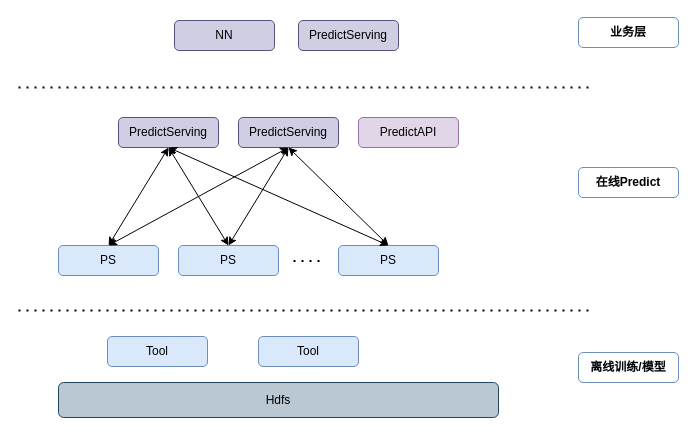
Before: NN-PS Diagram.drawio in JackHsiung/totoro, a draw.io diagram. Source tidied: cells renumbered, new cells numbered last; positions are measured from the earlier drawing's top-left corner, leaving out a move shared by most shapes. Both pictures are drawn from the tidied source at 100%, with x=0, y=0 at pixel (18, 17).
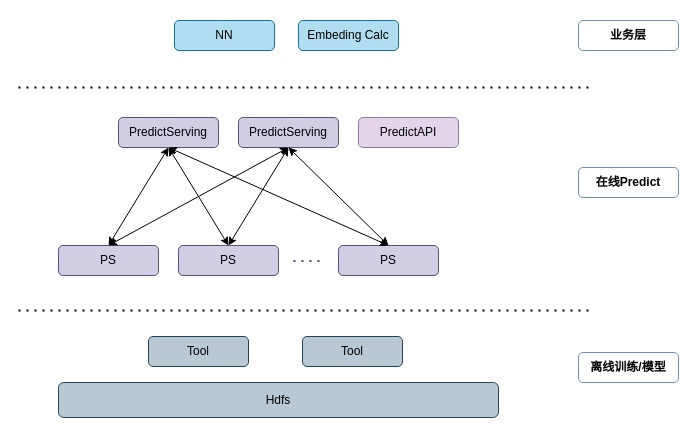
The same diagram, later.

Change to the diagram source:
```diff
@@
-    <mxCell id="3" value="PS" style="rounded=1;whiteSpace=wrap;html=1;fillColor=#dae8fc;strokeColor=#6c8ebf;" parent="1" vertex="1">
+    <mxCell id="3" value="PS" style="rounded=1;whiteSpace=wrap;html=1;fillColor=#d0cee2;strokeColor=#56517e;" parent="1" vertex="1">
       <mxGeometry x="40" y="228" width="100" height="30" as="geometry" />
     </mxCell>
-    <mxCell id="4" value="PS" style="rounded=1;whiteSpace=wrap;html=1;fillColor=#dae8fc;strokeColor=#6c8ebf;" parent="1" vertex="1">
+    <mxCell id="4" value="PS" style="rounded=1;whiteSpace=wrap;html=1;fillColor=#d0cee2;strokeColor=#56517e;" parent="1" vertex="1">
       <mxGeometry x="160" y="228" width="100" height="30" as="geometry" />
     </mxCell>
-    <mxCell id="5" value="PS" style="rounded=1;whiteSpace=wrap;html=1;fillColor=#dae8fc;strokeColor=#6c8ebf;" parent="1" vertex="1">
+    <mxCell id="5" value="PS" style="rounded=1;whiteSpace=wrap;html=1;fillColor=#d0cee2;strokeColor=#56517e;" parent="1" vertex="1">
       <mxGeometry x="320" y="228" width="100" height="30" as="geometry" />
     </mxCell>
@@
-    <mxCell id="7" style="endArrow=none;dashed=1;html=1;dashPattern=1 3;strokeWidth=2;" parent="1" edge="1">
+    <mxCell id="7" style="endArrow=none;dashed=1;html=1;dashPattern=1 3;strokeWidth=2;fillColor=#d0cee2;strokeColor=#56517e;" parent="1" edge="1">
       <mxGeometry relative="1" as="geometry">
         <mxPoint x="275" y="243.5" as="sourcePoint" />
         <mxPoint x="305" y="243.5" as="targetPoint" />
       </mxGeometry>
     </mxCell>
@@
-    <mxCell id="18" value="Tool" style="rounded=1;whiteSpace=wrap;html=1;fillColor=#dae8fc;strokeColor=#6c8ebf;" parent="1" vertex="1">
-      <mxGeometry x="89" y="319" width="100" height="30" as="geometry" />
+    <mxCell id="18" value="Tool" style="rounded=1;whiteSpace=wrap;html=1;fillColor=#bac8d3;strokeColor=#23445d;" parent="1" vertex="1">
+      <mxGeometry x="130" y="319" width="100" height="30" as="geometry" />
     </mxCell>
-    <mxCell id="19" value="Tool" style="rounded=1;whiteSpace=wrap;html=1;fillColor=#dae8fc;strokeColor=#6c8ebf;" parent="1" vertex="1">
-      <mxGeometry x="240" y="319" width="100" height="30" as="geometry" />
+    <mxCell id="19" value="Tool" style="rounded=1;whiteSpace=wrap;html=1;fillColor=#bac8d3;strokeColor=#23445d;" parent="1" vertex="1">
+      <mxGeometry x="284" y="319" width="100" height="30" as="geometry" />
     </mxCell>
@@
     <mxCell id="21" value="业务层" style="rounded=1;whiteSpace=wrap;html=1;strokeColor=#6c8ebf;fillColor=none;fontStyle=1;" parent="1" vertex="1">
-      <mxGeometry x="560" width="100" height="30" as="geometry" />
+      <mxGeometry x="560" y="3" width="100" height="30" as="geometry" />
     </mxCell>
-    <mxCell id="22" value="NN" style="rounded=1;whiteSpace=wrap;html=1;fillColor=#d0cee2;strokeColor=#56517e;" parent="1" vertex="1">
+    <mxCell id="22" value="NN" style="rounded=1;whiteSpace=wrap;html=1;fillColor=#b1ddf0;strokeColor=#10739e;labelBackgroundColor=none;labelBorderColor=none;" parent="1" vertex="1">
       <mxGeometry x="156" y="3" width="100" height="30" as="geometry" />
     </mxCell>
-    <mxCell id="23" value="PredictServing" style="rounded=1;whiteSpace=wrap;html=1;fillColor=#d0cee2;strokeColor=#56517e;" parent="1" vertex="1">
+    <mxCell id="23" value="Embeding Calc" style="rounded=1;whiteSpace=wrap;html=1;fillColor=#b1ddf0;strokeColor=#10739e;labelBackgroundColor=none;labelBorderColor=none;" parent="1" vertex="1">
       <mxGeometry x="280" y="3" width="100" height="30" as="geometry" />
     </mxCell>
```
